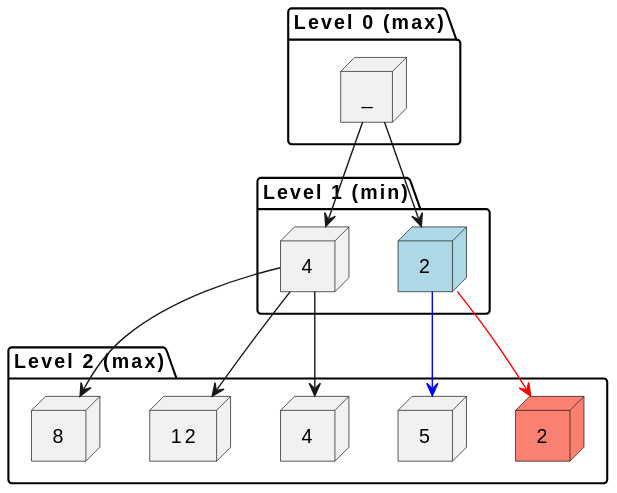
Above: docs/generated-diagrams/general-minimax-tree-example-2.svg in l2c0r3/blobfish (PlantUML), before the change. Source of this version:
```plantuml
@startuml
top to bottom direction

package "Level 0 (max)" {
    node "_" as L0
}

package "Level 1 (min)" {
    node "2" as L1L #lightblue
    node "4" as L1R
}

package "Level 2 (max)" {
    node "2" as L2LL #salmon
    node "5" as L2LR
    node "4" as L2RL
    node "12" as L2RM
    node "8" as L2RR
}

L0 --> L1L
L0 --> L1R
L1L --> L2LL #red
L1L --> L2LR #blue
L1R --> L2RL
L1R --> L2RM
L1R --> L2RR
@enduml
```
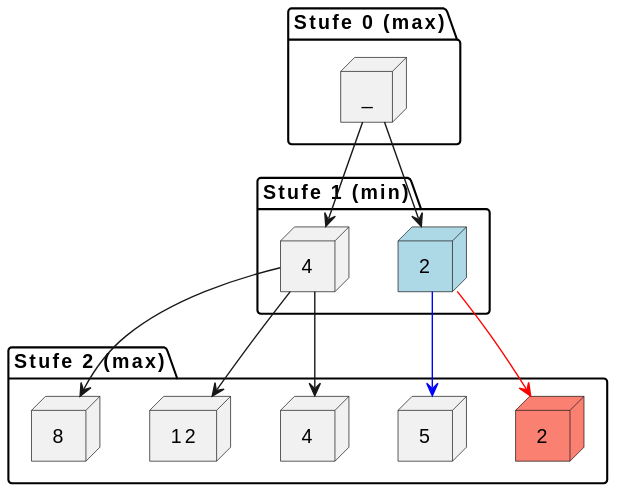
After the commit.

The edit, as a diff of the source:
```diff
@@ -1,16 +1,16 @@
 @startuml
 top to bottom direction
 
-package "Level 0 (max)" {
+package "Stufe 0 (max)" {
     node "_" as L0
 }
 
-package "Level 1 (min)" {
+package "Stufe 1 (min)" {
     node "2" as L1L #lightblue
     node "4" as L1R
 }
 
-package "Level 2 (max)" {
+package "Stufe 2 (max)" {
     node "2" as L2LL #salmon
     node "5" as L2LR
     node "4" as L2RL
```
